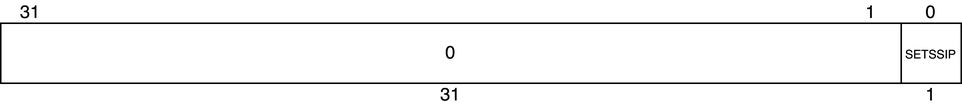
nananapo/veryl-riscv-book keeps this draw.io diagram as basic/images/23-smode-csr/setssip.png. Above is the earlier version. Source tidied: cells renumbered, new cells last; positions are measured from the earlier drawing's top-left corner, leaving out a move shared by most shapes.
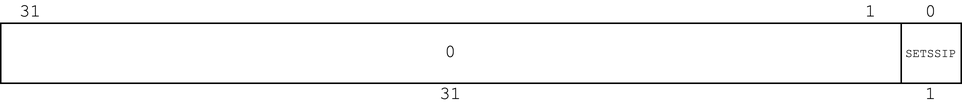
After the change.

The edit, as a diff of the source:
```diff
@@ -2,34 +2,34 @@
   <root>
     <mxCell id="0" />
     <mxCell id="1" parent="0" />
-    <mxCell id="2" style="rounded=0;whiteSpace=wrap;html=1;" parent="1" vertex="1">
+    <mxCell id="2" style="rounded=0;whiteSpace=wrap;html=1;fontFamily=Courier New;" parent="1" vertex="1">
       <mxGeometry y="15" width="640" height="40" as="geometry" />
     </mxCell>
-    <mxCell id="3" value="0" style="text;html=1;align=center;verticalAlign=middle;whiteSpace=wrap;rounded=0;" parent="1" vertex="1">
+    <mxCell id="3" value="0" style="text;html=1;align=center;verticalAlign=middle;whiteSpace=wrap;rounded=0;fontFamily=Courier New;" parent="1" vertex="1">
       <mxGeometry x="610" width="20" height="15" as="geometry" />
     </mxCell>
-    <mxCell id="4" value="31" style="text;html=1;align=center;verticalAlign=middle;whiteSpace=wrap;rounded=0;" parent="1" vertex="1">
+    <mxCell id="4" value="31" style="text;html=1;align=center;verticalAlign=middle;whiteSpace=wrap;rounded=0;fontFamily=Courier New;" parent="1" vertex="1">
       <mxGeometry x="10" width="20" height="15" as="geometry" />
     </mxCell>
-    <mxCell id="5" style="endArrow=none;html=1;rounded=0;" parent="1" edge="1">
+    <mxCell id="5" style="endArrow=none;html=1;rounded=0;fontFamily=Courier New;" parent="1" edge="1">
       <mxGeometry relative="1" as="geometry">
         <mxPoint x="600" y="55" as="sourcePoint" />
         <mxPoint x="600" y="15" as="targetPoint" />
       </mxGeometry>
     </mxCell>
-    <mxCell id="6" value="1" style="text;html=1;align=center;verticalAlign=middle;whiteSpace=wrap;rounded=0;" parent="1" vertex="1">
+    <mxCell id="6" value="1" style="text;html=1;align=center;verticalAlign=middle;whiteSpace=wrap;rounded=0;fontFamily=Courier New;" parent="1" vertex="1">
       <mxGeometry x="570" width="20" height="15" as="geometry" />
     </mxCell>
-    <mxCell id="7" value="&lt;font style=&quot;font-size: 8px;&quot;&gt;SETSSIP&lt;/font&gt;" style="text;html=1;align=center;verticalAlign=middle;whiteSpace=wrap;rounded=0;" parent="1" vertex="1">
+    <mxCell id="7" value="&lt;font style=&quot;font-size: 8px;&quot;&gt;SETSSIP&lt;/font&gt;" style="text;html=1;align=center;verticalAlign=middle;whiteSpace=wrap;rounded=0;fontFamily=Courier New;" parent="1" vertex="1">
       <mxGeometry x="610" y="27.5" width="20" height="15" as="geometry" />
     </mxCell>
-    <mxCell id="8" value="0" style="text;html=1;align=center;verticalAlign=middle;whiteSpace=wrap;rounded=0;" parent="1" vertex="1">
+    <mxCell id="8" value="0" style="text;html=1;align=center;verticalAlign=middle;whiteSpace=wrap;rounded=0;fontFamily=Courier New;" parent="1" vertex="1">
       <mxGeometry x="290" y="27.5" width="20" height="15" as="geometry" />
     </mxCell>
-    <mxCell id="9" value="1" style="text;html=1;align=center;verticalAlign=middle;whiteSpace=wrap;rounded=0;" parent="1" vertex="1">
+    <mxCell id="9" value="1" style="text;html=1;align=center;verticalAlign=middle;whiteSpace=wrap;rounded=0;fontFamily=Courier New;" parent="1" vertex="1">
       <mxGeometry x="610" y="55" width="20" height="15" as="geometry" />
     </mxCell>
-    <mxCell id="10" value="31" style="text;html=1;align=center;verticalAlign=middle;whiteSpace=wrap;rounded=0;" parent="1" vertex="1">
+    <mxCell id="10" value="31" style="text;html=1;align=center;verticalAlign=middle;whiteSpace=wrap;rounded=0;fontFamily=Courier New;" parent="1" vertex="1">
       <mxGeometry x="290" y="55" width="20" height="15" as="geometry" />
     </mxCell>
   </root>
```
